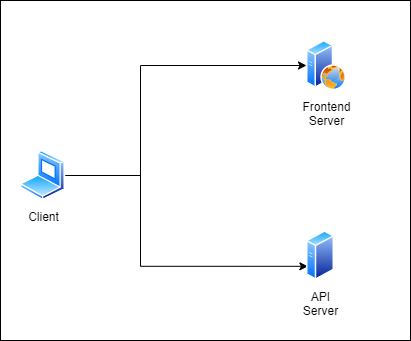
Earlier version of the draw.io export architecture.png (divyanshyadav/chat-app). Source tidied: cells renumbered, new cells last; positions are measured from the earlier drawing's top-left corner, leaving out a move shared by most shapes. Its diagram source:
```xml
<mxGraphModel>
  <root>
    <mxCell id="0" />
    <mxCell id="1" parent="0" />
    <mxCell id="2" style="rounded=0;whiteSpace=wrap;html=1;" parent="1" vertex="1">
      <mxGeometry width="410" height="340" as="geometry" />
    </mxCell>
    <mxCell id="3" style="edgeStyle=orthogonalEdgeStyle;rounded=0;jettySize=auto;html=1;" parent="1" edge="1" source="5" target="6">
      <mxGeometry relative="1" as="geometry">
        <Array as="points">
          <mxPoint x="140" y="65" />
        </Array>
      </mxGeometry>
    </mxCell>
    <mxCell id="4" style="edgeStyle=orthogonalEdgeStyle;rounded=0;jettySize=auto;html=1;entryX=0;entryY=0.75;entryDx=0;entryDy=0;" parent="1" edge="1" source="5" target="7">
      <mxGeometry relative="1" as="geometry">
        <Array as="points">
          <mxPoint x="140" y="175" />
          <mxPoint x="140" y="265" />
          <mxPoint x="307" y="265" />
        </Array>
      </mxGeometry>
    </mxCell>
    <mxCell id="5" value="Client" style="perimeter=ellipsePerimeter;html=1;align=center;shadow=0;dashed=0;spacingTop=3;image;image=img/lib/active_directory/laptop_client.svg;" parent="1" vertex="1">
      <mxGeometry x="20" y="150" width="45" height="50" as="geometry" />
    </mxCell>
    <mxCell id="6" value="Frontend&lt;br&gt;Server" style="perimeter=ellipsePerimeter;html=1;align=center;shadow=0;dashed=0;spacingTop=3;image;image=img/lib/active_directory/web_server.svg;" parent="1" vertex="1">
      <mxGeometry x="306" y="40" width="40" height="50" as="geometry" />
    </mxCell>
    <mxCell id="7" value="API&lt;br&gt;Server" style="perimeter=ellipsePerimeter;html=1;align=center;shadow=0;dashed=0;spacingTop=3;image;image=img/lib/active_directory/generic_server.svg;" parent="1" vertex="1">
      <mxGeometry x="306" y="230" width="28" height="50" as="geometry" />
    </mxCell>
  </root>
</mxGraphModel>
```
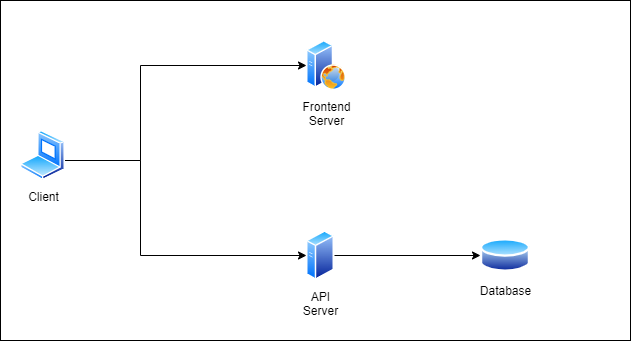
The same diagram one commit later.

What changed in the source:
```diff
@@ -3,32 +3,38 @@
     <mxCell id="0" />
     <mxCell id="1" parent="0" />
     <mxCell id="2" style="rounded=0;whiteSpace=wrap;html=1;" parent="1" vertex="1">
-      <mxGeometry width="410" height="340" as="geometry" />
+      <mxGeometry width="630" height="340" as="geometry" />
     </mxCell>
     <mxCell id="3" style="edgeStyle=orthogonalEdgeStyle;rounded=0;jettySize=auto;html=1;" parent="1" edge="1" source="5" target="6">
       <mxGeometry relative="1" as="geometry">
         <Array as="points">
+          <mxPoint x="140" y="160" />
           <mxPoint x="140" y="65" />
         </Array>
       </mxGeometry>
     </mxCell>
-    <mxCell id="4" style="edgeStyle=orthogonalEdgeStyle;rounded=0;jettySize=auto;html=1;entryX=0;entryY=0.75;entryDx=0;entryDy=0;" parent="1" edge="1" source="5" target="7">
+    <mxCell id="4" style="edgeStyle=orthogonalEdgeStyle;rounded=0;jettySize=auto;html=1;" parent="1" edge="1" source="5" target="7">
       <mxGeometry relative="1" as="geometry">
         <Array as="points">
-          <mxPoint x="140" y="175" />
-          <mxPoint x="140" y="265" />
-          <mxPoint x="307" y="265" />
+          <mxPoint x="140" y="160" />
+          <mxPoint x="140" y="255" />
         </Array>
       </mxGeometry>
     </mxCell>
     <mxCell id="5" value="Client" style="perimeter=ellipsePerimeter;html=1;align=center;shadow=0;dashed=0;spacingTop=3;image;image=img/lib/active_directory/laptop_client.svg;" parent="1" vertex="1">
-      <mxGeometry x="20" y="150" width="45" height="50" as="geometry" />
+      <mxGeometry x="20" y="130" width="45" height="50" as="geometry" />
     </mxCell>
     <mxCell id="6" value="Frontend&lt;br&gt;Server" style="perimeter=ellipsePerimeter;html=1;align=center;shadow=0;dashed=0;spacingTop=3;image;image=img/lib/active_directory/web_server.svg;" parent="1" vertex="1">
       <mxGeometry x="306" y="40" width="40" height="50" as="geometry" />
     </mxCell>
+    <mxCell id="8" style="edgeStyle=orthogonalEdgeStyle;rounded=0;jettySize=auto;html=1;" parent="1" edge="1" source="7" target="9">
+      <mxGeometry relative="1" as="geometry" />
+    </mxCell>
     <mxCell id="7" value="API&lt;br&gt;Server" style="perimeter=ellipsePerimeter;html=1;align=center;shadow=0;dashed=0;spacingTop=3;image;image=img/lib/active_directory/generic_server.svg;" parent="1" vertex="1">
       <mxGeometry x="306" y="230" width="28" height="50" as="geometry" />
     </mxCell>
+    <mxCell id="9" value="Database" style="perimeter=ellipsePerimeter;html=1;align=center;shadow=0;dashed=0;spacingTop=3;image;image=img/lib/active_directory/database.svg;" parent="1" vertex="1">
+      <mxGeometry x="480" y="236.5" width="50" height="37" as="geometry" />
+    </mxCell>
   </root>
 </mxGraphModel>
```
